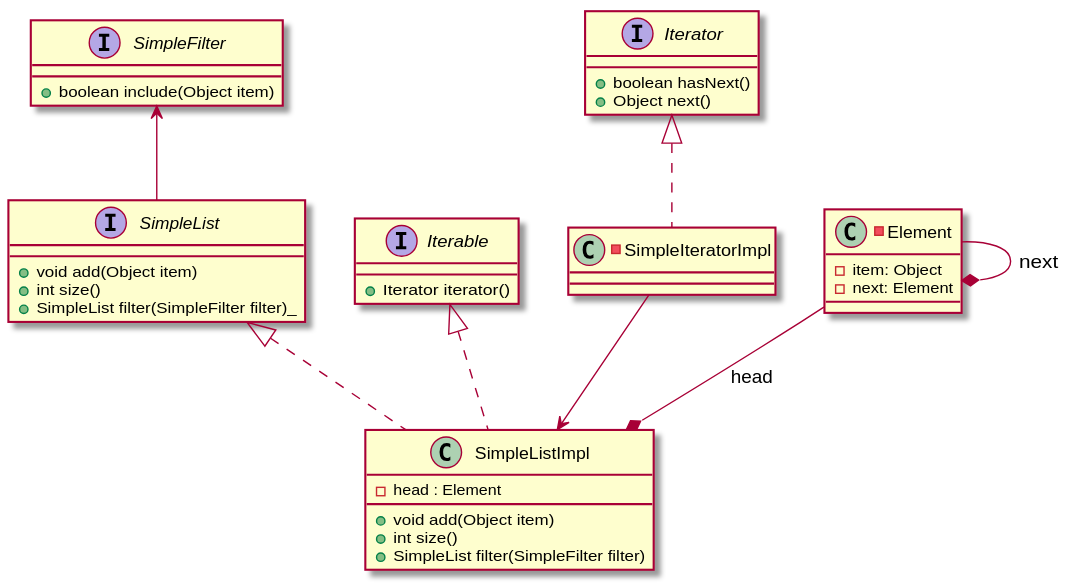
The PlantUML diagram assets/class-spec.svg in ohm-softa/02-classes-interfaces, before a commit.
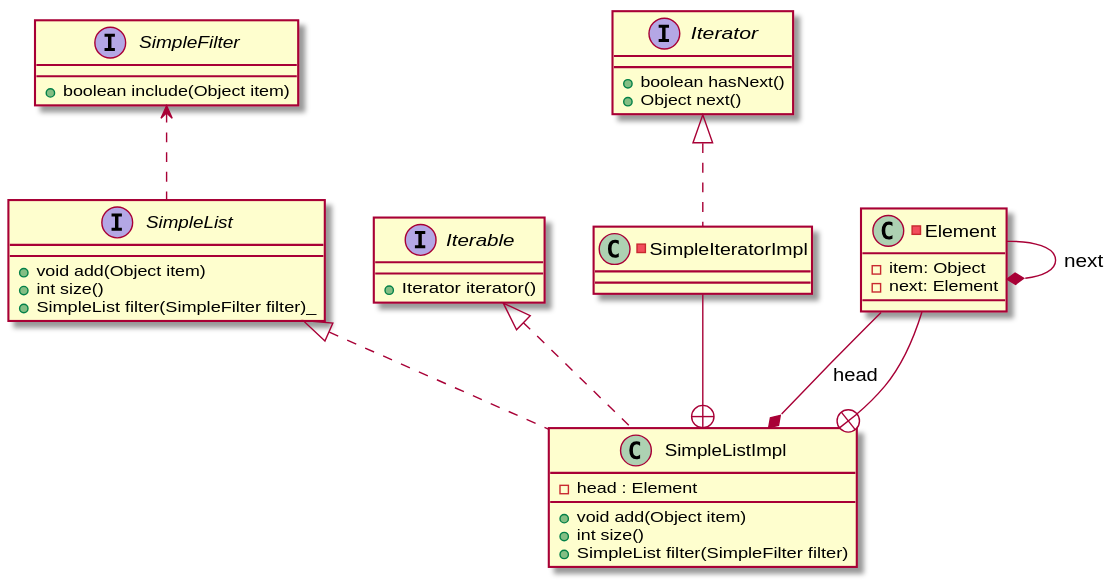
Above is the later version.

Commit message:
Improved UML

The edit, as a diff of the source:
```diff
@@ -35,6 +35,7 @@
 
 Element --* SimpleListImpl : head
 Element --* Element : next
-SimpleFilter <-- SimpleList
-SimpleIteratorImpl --> SimpleListImpl
+Element --+ SimpleListImpl
+SimpleFilter <.. SimpleList
+SimpleIteratorImpl --+ SimpleListImpl
 @enduml
```
